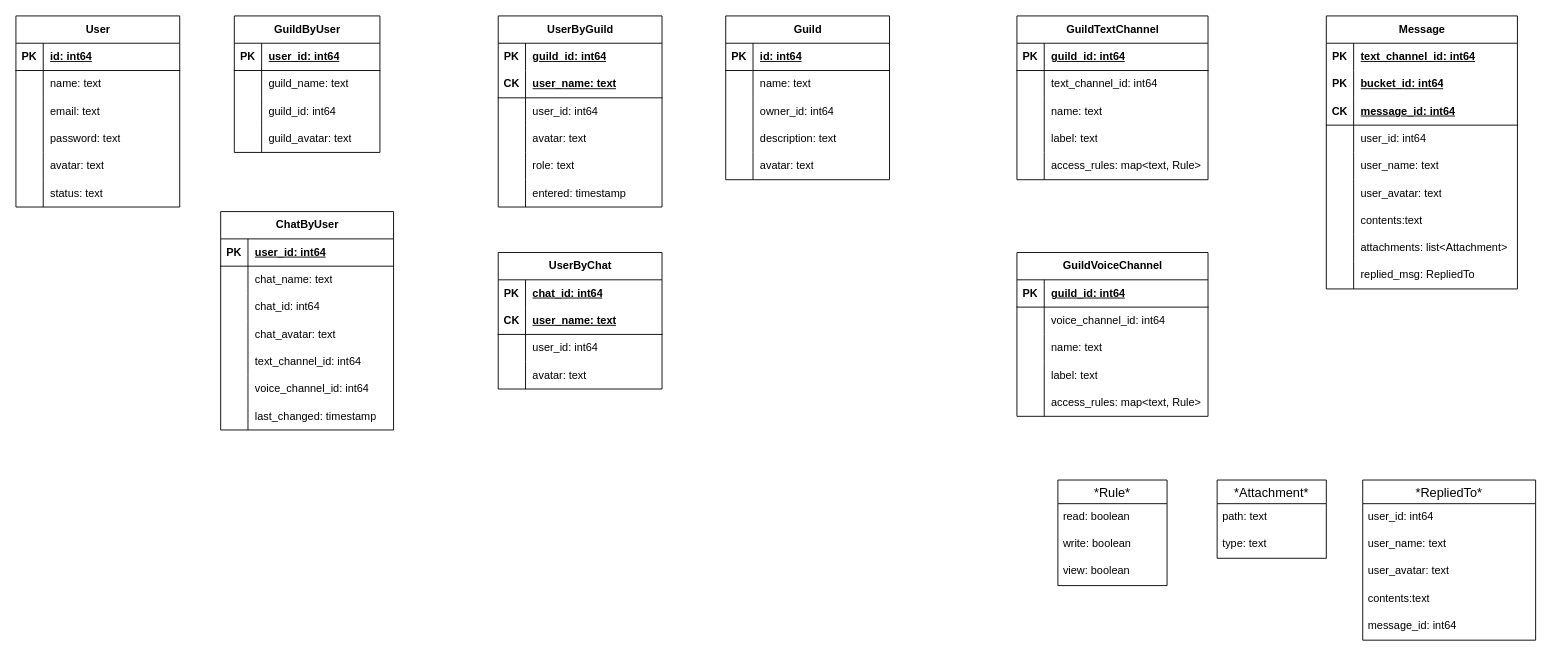
Before: physical_schema.drawio in reddiridabl666/TP2023-Highload, a draw.io diagram. Source tidied: cells renumbered, new cells numbered last; positions are measured from the earlier drawing's top-left corner, leaving out a move shared by most shapes. Both pictures are drawn from the tidied source at 91%, with x=0, y=0 at pixel (15, 15).
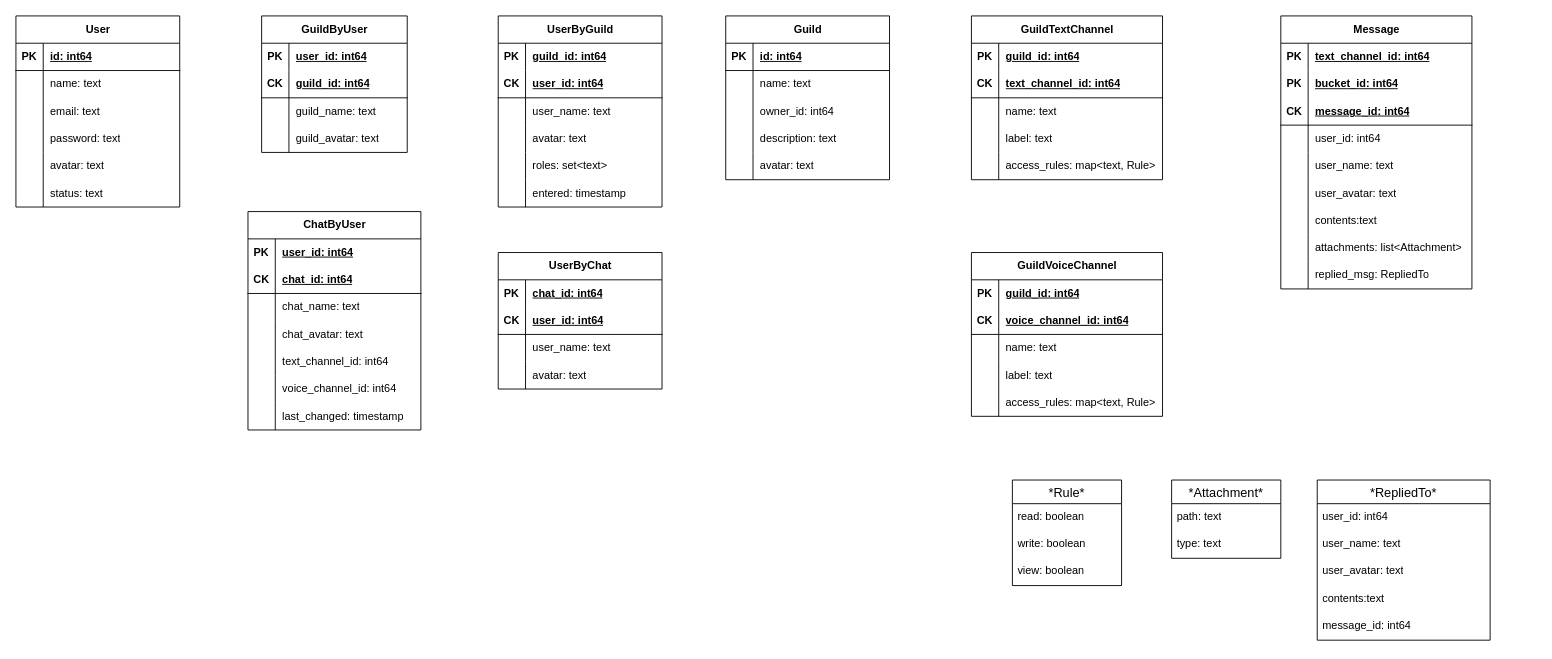
After the change.

The change refers to these unchanged cells:
```xml
<mxCell id="25" style="shape=tableRow;horizontal=0;startSize=0;swimlaneHead=0;swimlaneBody=0;fillColor=none;top=0;left=0;right=0;bottom=1;" parent="21" vertex="1">
  <mxGeometry y="60" width="180" height="30" as="geometry" />
</mxCell>
<mxCell id="28" style="shape=tableRow;horizontal=0;startSize=0;swimlaneHead=0;swimlaneBody=0;fillColor=none;top=0;left=0;right=0;bottom=0;" parent="21" vertex="1">
  <mxGeometry y="90" width="180" height="30" as="geometry" />
</mxCell>
<mxCell id="34" style="shape=tableRow;horizontal=0;startSize=0;swimlaneHead=0;swimlaneBody=0;fillColor=none;top=0;left=0;right=0;bottom=0;" parent="21" vertex="1">
  <mxGeometry y="150" width="180" height="30" as="geometry" />
</mxCell>
<mxCell id="82" style="shape=tableRow;horizontal=0;startSize=0;swimlaneHead=0;swimlaneBody=0;fillColor=none;top=0;left=0;right=0;bottom=1;" parent="78" vertex="1">
  <mxGeometry y="60" width="180" height="30" as="geometry" />
</mxCell>
<mxCell id="85" style="shape=tableRow;horizontal=0;startSize=0;swimlaneHead=0;swimlaneBody=0;fillColor=none;top=0;left=0;right=0;bottom=0;" parent="78" vertex="1">
  <mxGeometry y="90" width="180" height="30" as="geometry" />
</mxCell>
```

Diff of the diagram source:
```diff
@@
-    <mxCell id="27" value="user_name: text" style="shape=partialRectangle;fillColor=none;top=0;left=0;bottom=0;right=0;align=left;spacingLeft=6;fontStyle=5;overflow=hidden;whiteSpace=wrap;html=1;" parent="25" vertex="1">
+    <mxCell id="27" value="user_id: int64" style="shape=partialRectangle;fillColor=none;top=0;left=0;bottom=0;right=0;align=left;spacingLeft=6;fontStyle=5;overflow=hidden;whiteSpace=wrap;html=1;" parent="25" vertex="1">
       <mxGeometry x="30" width="150" height="30" as="geometry" />
     </mxCell>
@@
-    <mxCell id="30" value="user_id: int64" style="shape=partialRectangle;fillColor=none;top=0;left=0;bottom=0;right=0;align=left;spacingLeft=6;overflow=hidden;whiteSpace=wrap;html=1;" parent="28" vertex="1">
+    <mxCell id="30" value="user_name: text" style="shape=partialRectangle;fillColor=none;top=0;left=0;bottom=0;right=0;align=left;spacingLeft=6;overflow=hidden;whiteSpace=wrap;html=1;" parent="28" vertex="1">
       <mxGeometry x="30" width="150" height="30" as="geometry" />
     </mxCell>
@@
-    <mxCell id="36" value="role: text" style="shape=partialRectangle;fillColor=none;top=0;left=0;bottom=0;right=0;align=left;spacingLeft=6;overflow=hidden;whiteSpace=wrap;html=1;" parent="34" vertex="1">
+    <mxCell id="36" value="roles: set&amp;lt;text&amp;gt;" style="shape=partialRectangle;fillColor=none;top=0;left=0;bottom=0;right=0;align=left;spacingLeft=6;overflow=hidden;whiteSpace=wrap;html=1;" parent="34" vertex="1">
       <mxGeometry x="30" width="150" height="30" as="geometry" />
     </mxCell>
@@
     <mxCell id="40" value="ChatByUser" style="shape=table;startSize=30;childLayout=tableLayout;rowLines=0;fontStyle=1;align=center;html=1;" parent="1" vertex="1">
-      <mxGeometry x="225" y="215" width="190" height="240" as="geometry" />
+      <mxGeometry x="255" y="215" width="190" height="240" as="geometry" />
     </mxCell>
+    <mxCell id="47" style="shape=tableRow;horizontal=0;startSize=0;swimlaneHead=0;swimlaneBody=0;fillColor=none;top=0;left=0;right=0;bottom=0;" parent="40" vertex="1">
+      <mxGeometry y="30" width="190" height="30" as="geometry" />
+    </mxCell>
+    <mxCell id="48" value="&lt;b&gt;PK&lt;/b&gt;" style="shape=partialRectangle;fillColor=none;top=0;left=0;bottom=0;right=0;overflow=hidden;whiteSpace=wrap;html=1;" parent="47" vertex="1">
+      <mxGeometry width="30" height="30" as="geometry" />
+    </mxCell>
+    <mxCell id="49" value="&lt;div&gt;&lt;b&gt;&lt;u&gt;user_id: int64&lt;/u&gt;&lt;/b&gt;&lt;/div&gt;" style="shape=partialRectangle;fillColor=none;top=0;left=0;bottom=0;right=0;align=left;spacingLeft=6;overflow=hidden;whiteSpace=wrap;html=1;" parent="47" vertex="1">
+      <mxGeometry x="30" width="160" height="30" as="geometry" />
+    </mxCell>
     <mxCell id="41" style="shape=tableRow;horizontal=0;startSize=0;swimlaneHead=0;swimlaneBody=0;fillColor=none;top=0;left=0;right=0;bottom=1;" parent="40" vertex="1">
-      <mxGeometry y="30" width="190" height="30" as="geometry" />
+      <mxGeometry y="60" width="190" height="30" as="geometry" />
     </mxCell>
-    <mxCell id="42" value="PK" style="shape=partialRectangle;fillColor=none;top=0;left=0;bottom=0;right=0;fontStyle=1;overflow=hidden;whiteSpace=wrap;html=1;" parent="41" vertex="1">
+    <mxCell id="42" value="CK" style="shape=partialRectangle;fillColor=none;top=0;left=0;bottom=0;right=0;fontStyle=1;overflow=hidden;whiteSpace=wrap;html=1;" parent="41" vertex="1">
       <mxGeometry width="30" height="30" as="geometry" />
     </mxCell>
-    <mxCell id="43" value="&lt;div&gt;user_id: int64&lt;/div&gt;" style="shape=partialRectangle;fillColor=none;top=0;left=0;bottom=0;right=0;align=left;spacingLeft=6;fontStyle=5;overflow=hidden;whiteSpace=wrap;html=1;" parent="41" vertex="1">
+    <mxCell id="43" value="chat_id: int64" style="shape=partialRectangle;fillColor=none;top=0;left=0;bottom=0;right=0;align=left;spacingLeft=6;fontStyle=5;overflow=hidden;whiteSpace=wrap;html=1;" parent="41" vertex="1">
       <mxGeometry x="30" width="160" height="30" as="geometry" />
     </mxCell>
     <mxCell id="44" style="shape=tableRow;horizontal=0;startSize=0;swimlaneHead=0;swimlaneBody=0;fillColor=none;top=0;left=0;right=0;bottom=0;" parent="40" vertex="1">
-      <mxGeometry y="60" width="190" height="30" as="geometry" />
+      <mxGeometry y="90" width="190" height="30" as="geometry" />
     </mxCell>
@@
-    <mxCell id="47" style="shape=tableRow;horizontal=0;startSize=0;swimlaneHead=0;swimlaneBody=0;fillColor=none;top=0;left=0;right=0;bottom=0;" parent="40" vertex="1">
-      <mxGeometry y="90" width="190" height="30" as="geometry" />
-    </mxCell>
-    <mxCell id="48" style="shape=partialRectangle;fillColor=none;top=0;left=0;bottom=0;right=0;overflow=hidden;whiteSpace=wrap;html=1;" parent="47" vertex="1">
-      <mxGeometry width="30" height="30" as="geometry" />
-    </mxCell>
-    <mxCell id="49" value="chat_id: int64" style="shape=partialRectangle;fillColor=none;top=0;left=0;bottom=0;right=0;align=left;spacingLeft=6;overflow=hidden;whiteSpace=wrap;html=1;" parent="47" vertex="1">
-      <mxGeometry x="30" width="160" height="30" as="geometry" />
-    </mxCell>
@@
-    <mxCell id="84" value="user_name: text" style="shape=partialRectangle;fillColor=none;top=0;left=0;bottom=0;right=0;align=left;spacingLeft=6;fontStyle=5;overflow=hidden;whiteSpace=wrap;html=1;" parent="82" vertex="1">
+    <mxCell id="84" value="user_id: int64" style="shape=partialRectangle;fillColor=none;top=0;left=0;bottom=0;right=0;align=left;spacingLeft=6;fontStyle=5;overflow=hidden;whiteSpace=wrap;html=1;" parent="82" vertex="1">
       <mxGeometry x="30" width="150" height="30" as="geometry" />
     </mxCell>
@@
-    <mxCell id="87" value="user_id: int64" style="shape=partialRectangle;fillColor=none;top=0;left=0;bottom=0;right=0;align=left;spacingLeft=6;overflow=hidden;whiteSpace=wrap;html=1;" parent="85" vertex="1">
+    <mxCell id="87" value="user_name: text" style="shape=partialRectangle;fillColor=none;top=0;left=0;bottom=0;right=0;align=left;spacingLeft=6;overflow=hidden;whiteSpace=wrap;html=1;" parent="85" vertex="1">
       <mxGeometry x="30" width="150" height="30" as="geometry" />
     </mxCell>
@@
     <mxCell id="91" value="GuildTextChannel" style="shape=table;startSize=30;childLayout=tableLayout;rowLines=0;fontStyle=1;align=center;html=1;" parent="1" vertex="1">
-      <mxGeometry x="1100" width="210" height="180" as="geometry" />
+      <mxGeometry x="1050" width="210" height="180" as="geometry" />
     </mxCell>
+    <mxCell id="95" style="shape=tableRow;horizontal=0;startSize=0;swimlaneHead=0;swimlaneBody=0;fillColor=none;top=0;left=0;right=0;bottom=0;" parent="91" vertex="1">
+      <mxGeometry y="30" width="210" height="30" as="geometry" />
+    </mxCell>
+    <mxCell id="96" value="&lt;b&gt;PK&lt;/b&gt;" style="shape=partialRectangle;fillColor=none;top=0;left=0;bottom=0;right=0;overflow=hidden;whiteSpace=wrap;html=1;" parent="95" vertex="1">
+      <mxGeometry width="30" height="30" as="geometry" />
+    </mxCell>
+    <mxCell id="97" value="&lt;b&gt;&lt;u&gt;guild_id: int64&lt;/u&gt;&lt;/b&gt;" style="shape=partialRectangle;fillColor=none;top=0;left=0;bottom=0;right=0;align=left;spacingLeft=6;overflow=hidden;whiteSpace=wrap;html=1;" parent="95" vertex="1">
+      <mxGeometry x="30" width="180" height="30" as="geometry" />
+    </mxCell>
     <mxCell id="92" style="shape=tableRow;horizontal=0;startSize=0;swimlaneHead=0;swimlaneBody=0;fillColor=none;top=0;left=0;right=0;bottom=1;" parent="91" vertex="1">
-      <mxGeometry y="30" width="210" height="30" as="geometry" />
+      <mxGeometry y="60" width="210" height="30" as="geometry" />
     </mxCell>
-    <mxCell id="93" value="PK" style="shape=partialRectangle;fillColor=none;top=0;left=0;bottom=0;right=0;fontStyle=1;overflow=hidden;whiteSpace=wrap;html=1;" parent="92" vertex="1">
+    <mxCell id="93" value="CK" style="shape=partialRectangle;fillColor=none;top=0;left=0;bottom=0;right=0;fontStyle=1;overflow=hidden;whiteSpace=wrap;html=1;" parent="92" vertex="1">
       <mxGeometry width="30" height="30" as="geometry" />
     </mxCell>
-    <mxCell id="94" value="guild_id: int64" style="shape=partialRectangle;fillColor=none;top=0;left=0;bottom=0;right=0;align=left;spacingLeft=6;fontStyle=5;overflow=hidden;whiteSpace=wrap;html=1;" parent="92" vertex="1">
+    <mxCell id="94" value="text_channel_id: int64" style="shape=partialRectangle;fillColor=none;top=0;left=0;bottom=0;right=0;align=left;spacingLeft=6;fontStyle=5;overflow=hidden;whiteSpace=wrap;html=1;" parent="92" vertex="1">
       <mxGeometry x="30" width="180" height="30" as="geometry" />
     </mxCell>
-    <mxCell id="95" style="shape=tableRow;horizontal=0;startSize=0;swimlaneHead=0;swimlaneBody=0;fillColor=none;top=0;left=0;right=0;bottom=0;" parent="91" vertex="1">
-      <mxGeometry y="60" width="210" height="30" as="geometry" />
-    </mxCell>
-    <mxCell id="96" style="shape=partialRectangle;fillColor=none;top=0;left=0;bottom=0;right=0;overflow=hidden;whiteSpace=wrap;html=1;" parent="95" vertex="1">
-      <mxGeometry width="30" height="30" as="geometry" />
-    </mxCell>
-    <mxCell id="97" value="text_channel_id: int64" style="shape=partialRectangle;fillColor=none;top=0;left=0;bottom=0;right=0;align=left;spacingLeft=6;overflow=hidden;whiteSpace=wrap;html=1;" parent="95" vertex="1">
-      <mxGeometry x="30" width="180" height="30" as="geometry" />
-    </mxCell>
@@
     <mxCell id="107" value="GuildVoiceChannel" style="shape=table;startSize=30;childLayout=tableLayout;rowLines=0;fontStyle=1;align=center;html=1;" parent="1" vertex="1">
-      <mxGeometry x="1100" y="260" width="210" height="180" as="geometry" />
+      <mxGeometry x="1050" y="260" width="210" height="180" as="geometry" />
     </mxCell>
+    <mxCell id="111" style="shape=tableRow;horizontal=0;startSize=0;swimlaneHead=0;swimlaneBody=0;fillColor=none;top=0;left=0;right=0;bottom=0;" parent="107" vertex="1">
+      <mxGeometry y="30" width="210" height="30" as="geometry" />
+    </mxCell>
+    <mxCell id="112" value="&lt;b&gt;PK&lt;/b&gt;" style="shape=partialRectangle;fillColor=none;top=0;left=0;bottom=0;right=0;overflow=hidden;whiteSpace=wrap;html=1;" parent="111" vertex="1">
+      <mxGeometry width="30" height="30" as="geometry" />
+    </mxCell>
+    <mxCell id="113" value="&lt;b&gt;&lt;u&gt;guild_id: int64&lt;/u&gt;&lt;/b&gt;" style="shape=partialRectangle;fillColor=none;top=0;left=0;bottom=0;right=0;align=left;spacingLeft=6;overflow=hidden;whiteSpace=wrap;html=1;" parent="111" vertex="1">
+      <mxGeometry x="30" width="180" height="30" as="geometry" />
+    </mxCell>
     <mxCell id="108" style="shape=tableRow;horizontal=0;startSize=0;swimlaneHead=0;swimlaneBody=0;fillColor=none;top=0;left=0;right=0;bottom=1;" parent="107" vertex="1">
-      <mxGeometry y="30" width="210" height="30" as="geometry" />
+      <mxGeometry y="60" width="210" height="30" as="geometry" />
     </mxCell>
-    <mxCell id="109" value="PK" style="shape=partialRectangle;fillColor=none;top=0;left=0;bottom=0;right=0;fontStyle=1;overflow=hidden;whiteSpace=wrap;html=1;" parent="108" vertex="1">
+    <mxCell id="109" value="CK" style="shape=partialRectangle;fillColor=none;top=0;left=0;bottom=0;right=0;fontStyle=1;overflow=hidden;whiteSpace=wrap;html=1;" parent="108" vertex="1">
       <mxGeometry width="30" height="30" as="geometry" />
     </mxCell>
-    <mxCell id="110" value="guild_id: int64" style="shape=partialRectangle;fillColor=none;top=0;left=0;bottom=0;right=0;align=left;spacingLeft=6;fontStyle=5;overflow=hidden;whiteSpace=wrap;html=1;" parent="108" vertex="1">
+    <mxCell id="110" value="voice_channel_id: int64" style="shape=partialRectangle;fillColor=none;top=0;left=0;bottom=0;right=0;align=left;spacingLeft=6;fontStyle=5;overflow=hidden;whiteSpace=wrap;html=1;" parent="108" vertex="1">
       <mxGeometry x="30" width="180" height="30" as="geometry" />
     </mxCell>
-    <mxCell id="111" style="shape=tableRow;horizontal=0;startSize=0;swimlaneHead=0;swimlaneBody=0;fillColor=none;top=0;left=0;right=0;bottom=0;" parent="107" vertex="1">
-      <mxGeometry y="60" width="210" height="30" as="geometry" />
-    </mxCell>
-    <mxCell id="112" style="shape=partialRectangle;fillColor=none;top=0;left=0;bottom=0;right=0;overflow=hidden;whiteSpace=wrap;html=1;" parent="111" vertex="1">
-      <mxGeometry width="30" height="30" as="geometry" />
-    </mxCell>
-    <mxCell id="113" value="voice_channel_id: int64" style="shape=partialRectangle;fillColor=none;top=0;left=0;bottom=0;right=0;align=left;spacingLeft=6;overflow=hidden;whiteSpace=wrap;html=1;" parent="111" vertex="1">
-      <mxGeometry x="30" width="180" height="30" as="geometry" />
-    </mxCell>
@@
     <mxCell id="123" value="GuildByUser" style="shape=table;startSize=30;childLayout=tableLayout;rowLines=0;fontStyle=1;align=center;html=1;" parent="1" vertex="1">
-      <mxGeometry x="240" width="160" height="150" as="geometry" />
+      <mxGeometry x="270" width="160" height="150" as="geometry" />
     </mxCell>
+    <mxCell id="130" style="shape=tableRow;horizontal=0;startSize=0;swimlaneHead=0;swimlaneBody=0;fillColor=none;top=0;left=0;right=0;bottom=0;" parent="123" vertex="1">
+      <mxGeometry y="30" width="160" height="30" as="geometry" />
+    </mxCell>
+    <mxCell id="131" value="&lt;b&gt;PK&lt;/b&gt;" style="shape=partialRectangle;fillColor=none;top=0;left=0;bottom=0;right=0;overflow=hidden;whiteSpace=wrap;html=1;" parent="130" vertex="1">
+      <mxGeometry width="30" height="30" as="geometry" />
+    </mxCell>
+    <mxCell id="132" value="&lt;div&gt;&lt;b&gt;&lt;u&gt;user_id: int64&lt;/u&gt;&lt;/b&gt;&lt;/div&gt;" style="shape=partialRectangle;fillColor=none;top=0;left=0;bottom=0;right=0;align=left;spacingLeft=6;overflow=hidden;whiteSpace=wrap;html=1;" parent="130" vertex="1">
+      <mxGeometry x="30" width="130" height="30" as="geometry" />
+    </mxCell>
     <mxCell id="124" style="shape=tableRow;horizontal=0;startSize=0;swimlaneHead=0;swimlaneBody=0;fillColor=none;top=0;left=0;right=0;bottom=1;" parent="123" vertex="1">
-      <mxGeometry y="30" width="160" height="30" as="geometry" />
+      <mxGeometry y="60" width="160" height="30" as="geometry" />
     </mxCell>
-    <mxCell id="125" value="PK" style="shape=partialRectangle;fillColor=none;top=0;left=0;bottom=0;right=0;fontStyle=1;overflow=hidden;whiteSpace=wrap;html=1;" parent="124" vertex="1">
+    <mxCell id="125" value="CK" style="shape=partialRectangle;fillColor=none;top=0;left=0;bottom=0;right=0;fontStyle=1;overflow=hidden;whiteSpace=wrap;html=1;" parent="124" vertex="1">
       <mxGeometry width="30" height="30" as="geometry" />
     </mxCell>
-    <mxCell id="126" value="&lt;div&gt;user_id: int64&lt;/div&gt;" style="shape=partialRectangle;fillColor=none;top=0;left=0;bottom=0;right=0;align=left;spacingLeft=6;fontStyle=5;overflow=hidden;whiteSpace=wrap;html=1;" parent="124" vertex="1">
+    <mxCell id="126" value="guild_id: int64" style="shape=partialRectangle;fillColor=none;top=0;left=0;bottom=0;right=0;align=left;spacingLeft=6;fontStyle=5;overflow=hidden;whiteSpace=wrap;html=1;" parent="124" vertex="1">
       <mxGeometry x="30" width="130" height="30" as="geometry" />
     </mxCell>
     <mxCell id="127" style="shape=tableRow;horizontal=0;startSize=0;swimlaneHead=0;swimlaneBody=0;fillColor=none;top=0;left=0;right=0;bottom=0;" parent="123" vertex="1">
-      <mxGeometry y="60" width="160" height="30" as="geometry" />
+      <mxGeometry y="90" width="160" height="30" as="geometry" />
     </mxCell>
@@
-    <mxCell id="130" style="shape=tableRow;horizontal=0;startSize=0;swimlaneHead=0;swimlaneBody=0;fillColor=none;top=0;left=0;right=0;bottom=0;" parent="123" vertex="1">
-      <mxGeometry y="90" width="160" height="30" as="geometry" />
-    </mxCell>
-    <mxCell id="131" style="shape=partialRectangle;fillColor=none;top=0;left=0;bottom=0;right=0;overflow=hidden;whiteSpace=wrap;html=1;" parent="130" vertex="1">
-      <mxGeometry width="30" height="30" as="geometry" />
-    </mxCell>
-    <mxCell id="132" value="guild_id: int64" style="shape=partialRectangle;fillColor=none;top=0;left=0;bottom=0;right=0;align=left;spacingLeft=6;overflow=hidden;whiteSpace=wrap;html=1;" parent="130" vertex="1">
-      <mxGeometry x="30" width="130" height="30" as="geometry" />
-    </mxCell>
@@
     <mxCell id="136" value="Message" style="shape=table;startSize=30;childLayout=tableLayout;rowLines=0;fontStyle=1;align=center;html=1;" parent="1" vertex="1">
-      <mxGeometry x="1440" width="210" height="300" as="geometry" />
+      <mxGeometry x="1390" width="210" height="300" as="geometry" />
     </mxCell>
@@
     <mxCell id="164" value="*Rule*" style="swimlane;fontStyle=0;horizontal=1;startSize=26;align=center;fontSize=14;" parent="1" vertex="1">
-      <mxGeometry x="1145" y="510" width="120" height="116" as="geometry" />
+      <mxGeometry x="1095" y="510" width="120" height="116" as="geometry" />
     </mxCell>
@@
     <mxCell id="168" value="*Attachment*" style="swimlane;fontStyle=0;horizontal=1;startSize=26;align=center;fontSize=14;" parent="1" vertex="1">
-      <mxGeometry x="1320" y="510" width="120" height="86" as="geometry" />
+      <mxGeometry x="1270" y="510" width="120" height="86" as="geometry" />
     </mxCell>
@@
     <mxCell id="171" value="*RepliedTo*" style="swimlane;fontStyle=0;horizontal=1;startSize=26;align=center;fontSize=14;" parent="1" vertex="1">
-      <mxGeometry x="1480" y="510" width="190" height="176" as="geometry" />
+      <mxGeometry x="1430" y="510" width="190" height="176" as="geometry" />
     </mxCell>
```
